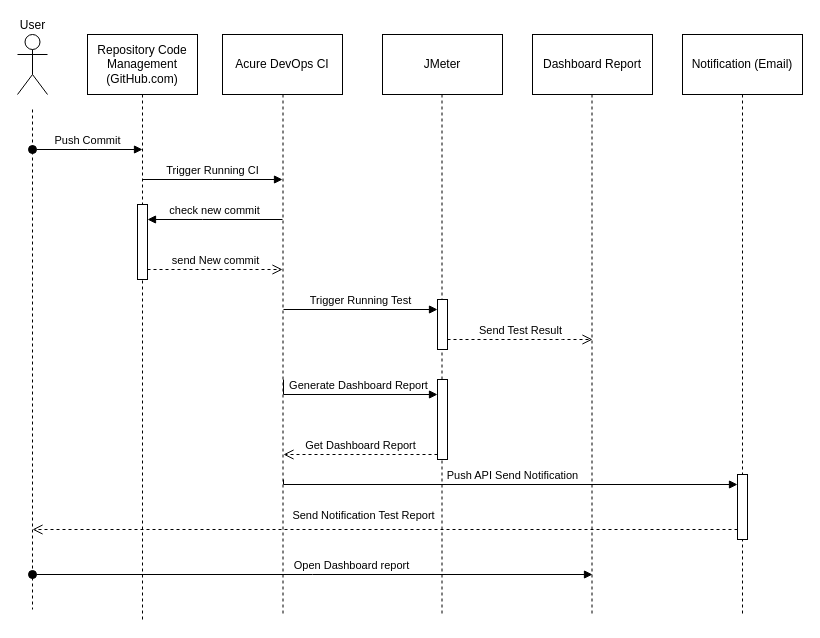
Earlier version of the draw.io diagram chatGPT interaction.drawio (apencoreply/FunctionFiDel). Source tidied: cells renumbered, new cells numbered last; positions are measured from the earlier drawing's top-left corner, leaving out a move shared by most shapes. Both pictures are drawn from the tidied source at 100%, with x=0, y=0 at pixel (17, 34).
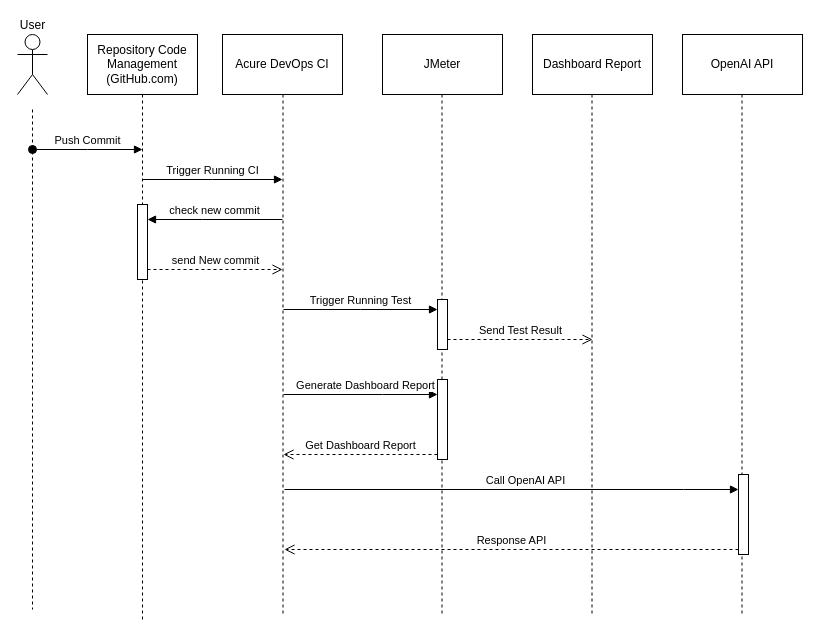
After the change.

The change refers to these unchanged cells:
```xml
<mxCell id="22" style="html=1;points=[];perimeter=orthogonalPerimeter;outlineConnect=0;targetShapes=umlLifeline;portConstraint=eastwest;newEdgeStyle={&quot;edgeStyle&quot;:&quot;elbowEdgeStyle&quot;,&quot;elbow&quot;:&quot;vertical&quot;,&quot;curved&quot;:0,&quot;rounded&quot;:0};" parent="1" vertex="1">
  <mxGeometry x="420" y="345" width="10" height="80" as="geometry" />
</mxCell>
```

The edit, as a diff of the source:
```diff
@@
-    <mxCell id="7" value="Notification (Email)" style="whiteSpace=wrap;html=1;" parent="1" vertex="1">
+    <mxCell id="7" value="OpenAI API" style="whiteSpace=wrap;html=1;" parent="1" vertex="1">
       <mxGeometry x="665" width="120" height="60" as="geometry" />
     </mxCell>
@@
-    <mxCell id="12" style="edgeStyle=orthogonalEdgeStyle;rounded=0;orthogonalLoop=1;jettySize=auto;html=1;dashed=1;endArrow=none;endFill=0;" parent="1" edge="1">
-      <mxGeometry relative="1" as="geometry">
-        <mxPoint x="725" y="60" as="sourcePoint" />
-        <mxPoint x="725" y="581" as="targetPoint" />
-      </mxGeometry>
-    </mxCell>
@@
     <mxCell id="23" value="Generate Dashboard Report" style="html=1;verticalAlign=bottom;endArrow=block;edgeStyle=elbowEdgeStyle;elbow=vertical;curved=0;rounded=0;" parent="1" edge="1" target="22">
       <mxGeometry x="0.06" relative="1" as="geometry">
-        <mxPoint x="266" y="345" as="sourcePoint" />
+        <mxPoint x="266" y="360" as="sourcePoint" />
         <Array as="points">
           <mxPoint x="365" y="360" />
           <mxPoint x="365" y="350" />
         </Array>
       </mxGeometry>
     </mxCell>
@@
-    <mxCell id="25" style="html=1;points=[];perimeter=orthogonalPerimeter;outlineConnect=0;targetShapes=umlLifeline;portConstraint=eastwest;newEdgeStyle={&quot;edgeStyle&quot;:&quot;elbowEdgeStyle&quot;,&quot;elbow&quot;:&quot;vertical&quot;,&quot;curved&quot;:0,&quot;rounded&quot;:0};" parent="1" vertex="1">
-      <mxGeometry x="720" y="440" width="10" height="65" as="geometry" />
-    </mxCell>
-    <mxCell id="26" value="Push API Send Notification" style="html=1;verticalAlign=bottom;endArrow=block;edgeStyle=elbowEdgeStyle;elbow=vertical;curved=0;rounded=0;" parent="1" edge="1" target="25">
-      <mxGeometry x="0.02" relative="1" as="geometry">
-        <mxPoint x="266" y="445" as="sourcePoint" />
-        <Array as="points">
-          <mxPoint x="493" y="450" />
-        </Array>
-      </mxGeometry>
-    </mxCell>
-    <mxCell id="27" value="Send Notification Test Report" style="html=1;verticalAlign=bottom;endArrow=open;dashed=1;endSize=8;edgeStyle=elbowEdgeStyle;elbow=vertical;curved=0;rounded=0;" parent="1" edge="1" source="25">
-      <mxGeometry x="0.06" y="-5" relative="1" as="geometry">
-        <mxPoint x="15" y="495" as="targetPoint" />
-      </mxGeometry>
-    </mxCell>
-    <mxCell id="28" value="Open Dashboard report" style="html=1;verticalAlign=bottom;startArrow=oval;startFill=1;endArrow=block;startSize=8;edgeStyle=elbowEdgeStyle;elbow=vertical;curved=0;rounded=0;" parent="1" edge="1">
-      <mxGeometry x="0.14" relative="1" as="geometry">
-        <mxPoint x="15" y="540" as="sourcePoint" />
-        <mxPoint x="575" y="540" as="targetPoint" />
-      </mxGeometry>
-    </mxCell>
+    <mxCell id="29" style="edgeStyle=orthogonalEdgeStyle;rounded=0;orthogonalLoop=1;jettySize=auto;html=1;dashed=1;endArrow=none;endFill=0;" parent="1" edge="1">
+      <mxGeometry relative="1" as="geometry">
+        <mxPoint x="724.5" y="60" as="sourcePoint" />
+        <mxPoint x="724.5" y="581" as="targetPoint" />
+      </mxGeometry>
+    </mxCell>
+    <mxCell id="30" style="html=1;points=[];perimeter=orthogonalPerimeter;outlineConnect=0;targetShapes=umlLifeline;portConstraint=eastwest;newEdgeStyle={&quot;edgeStyle&quot;:&quot;elbowEdgeStyle&quot;,&quot;elbow&quot;:&quot;vertical&quot;,&quot;curved&quot;:0,&quot;rounded&quot;:0};" parent="1" vertex="1">
+      <mxGeometry x="721" y="440" width="10" height="80" as="geometry" />
+    </mxCell>
+    <mxCell id="31" value="Call OpenAI API" style="html=1;verticalAlign=bottom;endArrow=block;edgeStyle=elbowEdgeStyle;elbow=vertical;curved=0;rounded=0;" parent="1" edge="1" target="30">
+      <mxGeometry x="0.06" relative="1" as="geometry">
+        <mxPoint x="267" y="455" as="sourcePoint" />
+        <Array as="points">
+          <mxPoint x="666" y="455" />
+          <mxPoint x="666" y="445" />
+        </Array>
+      </mxGeometry>
+    </mxCell>
+    <mxCell id="32" value="Response API" style="html=1;verticalAlign=bottom;endArrow=open;dashed=1;endSize=8;edgeStyle=elbowEdgeStyle;elbow=vertical;curved=0;rounded=0;" parent="1" edge="1" source="30">
+      <mxGeometry relative="1" as="geometry">
+        <mxPoint x="267" y="515" as="targetPoint" />
+      </mxGeometry>
+    </mxCell>
```
